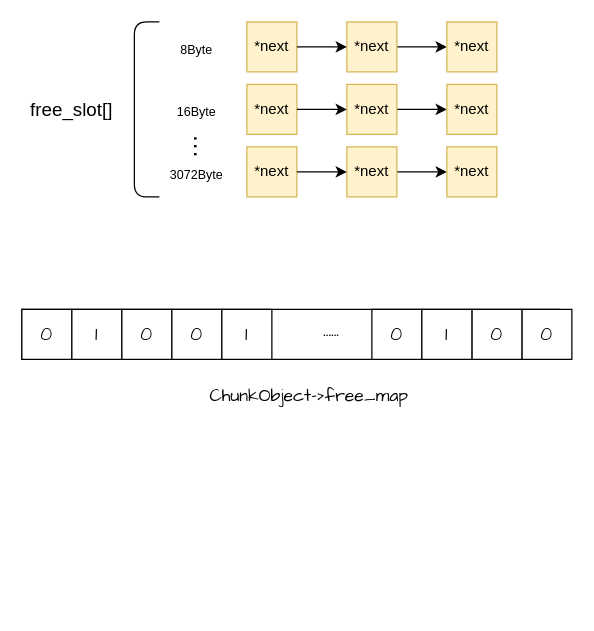
This is page "第 2 页" (2 of 3) of image/php.drawio from hahwu/tomato, a draw.io file, before an edit. Source tidied: cells renumbered, new cells numbered last; positions are measured from the earlier drawing's top-left corner, leaving out a move shared by most shapes. Both pictures are drawn from the tidied source at 125%, with x=0, y=0 at pixel (21, 21).
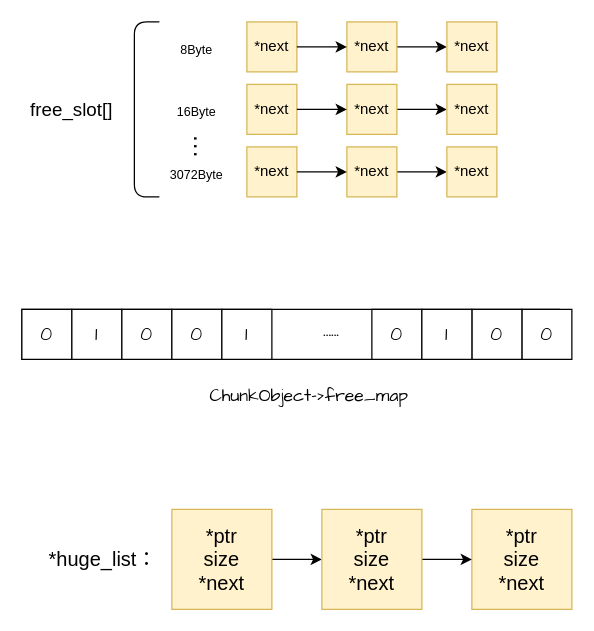
After the change.

The edit, as a diff of the source:
```diff
@@
+    <mxCell id="34" value="*huge_list：" style="text;html=1;strokeColor=none;fillColor=none;align=center;verticalAlign=middle;whiteSpace=wrap;rounded=0;fontSize=16;" parent="1" vertex="1">
+      <mxGeometry x="20" y="415" width="90" height="30" as="geometry" />
+    </mxCell>
+    <mxCell id="35" style="edgeStyle=none;html=1;exitX=1;exitY=0.5;exitDx=0;exitDy=0;entryX=0;entryY=0.5;entryDx=0;entryDy=0;fontSize=16;" parent="1" edge="1" source="36" target="39">
+      <mxGeometry relative="1" as="geometry" />
+    </mxCell>
+    <mxCell id="36" value="*ptr&lt;br&gt;size&lt;br&gt;*next" style="rounded=0;whiteSpace=wrap;html=1;fontSize=16;fillColor=#fff2cc;strokeColor=#d6b656;" parent="1" vertex="1">
+      <mxGeometry x="120" y="390" width="80" height="80" as="geometry" />
+    </mxCell>
+    <mxCell id="37" value="*ptr&lt;br&gt;size&lt;br&gt;*next" style="rounded=0;whiteSpace=wrap;html=1;fontSize=16;fillColor=#fff2cc;strokeColor=#d6b656;" parent="1" vertex="1">
+      <mxGeometry x="360" y="390" width="80" height="80" as="geometry" />
+    </mxCell>
+    <mxCell id="38" style="edgeStyle=none;html=1;exitX=1;exitY=0.5;exitDx=0;exitDy=0;entryX=0;entryY=0.5;entryDx=0;entryDy=0;fontSize=16;" parent="1" edge="1" source="39" target="37">
+      <mxGeometry relative="1" as="geometry" />
+    </mxCell>
+    <mxCell id="39" value="*ptr&lt;br&gt;size&lt;br&gt;*next" style="rounded=0;whiteSpace=wrap;html=1;fontSize=16;fillColor=#fff2cc;strokeColor=#d6b656;" parent="1" vertex="1">
+      <mxGeometry x="240" y="390" width="80" height="80" as="geometry" />
+    </mxCell>
```
